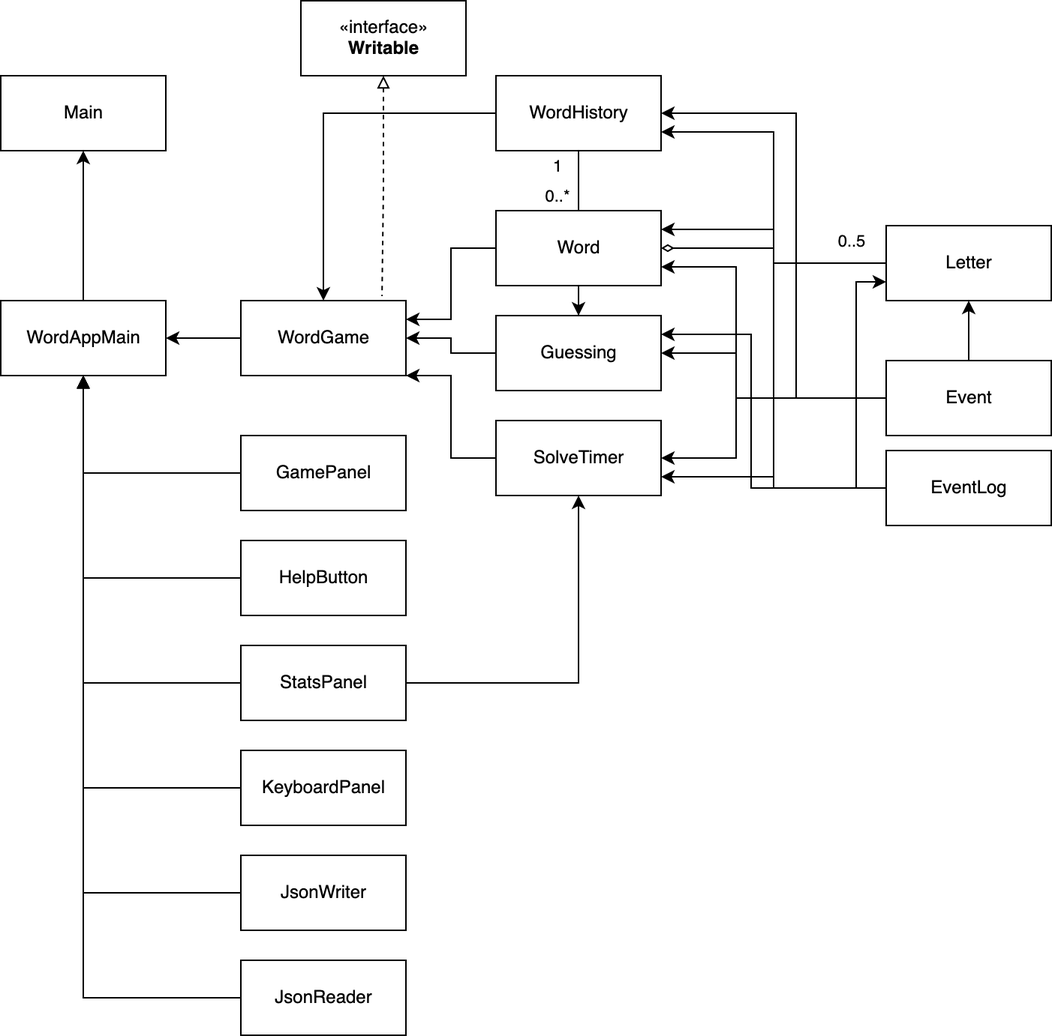
Before: UML_Design_Diagram.png, a diagram exported from draw.io (voctory/speed-wordle). Source tidied: cells renumbered, new cells last; positions are measured from the earlier drawing's top-left corner, leaving out a move shared by most shapes.
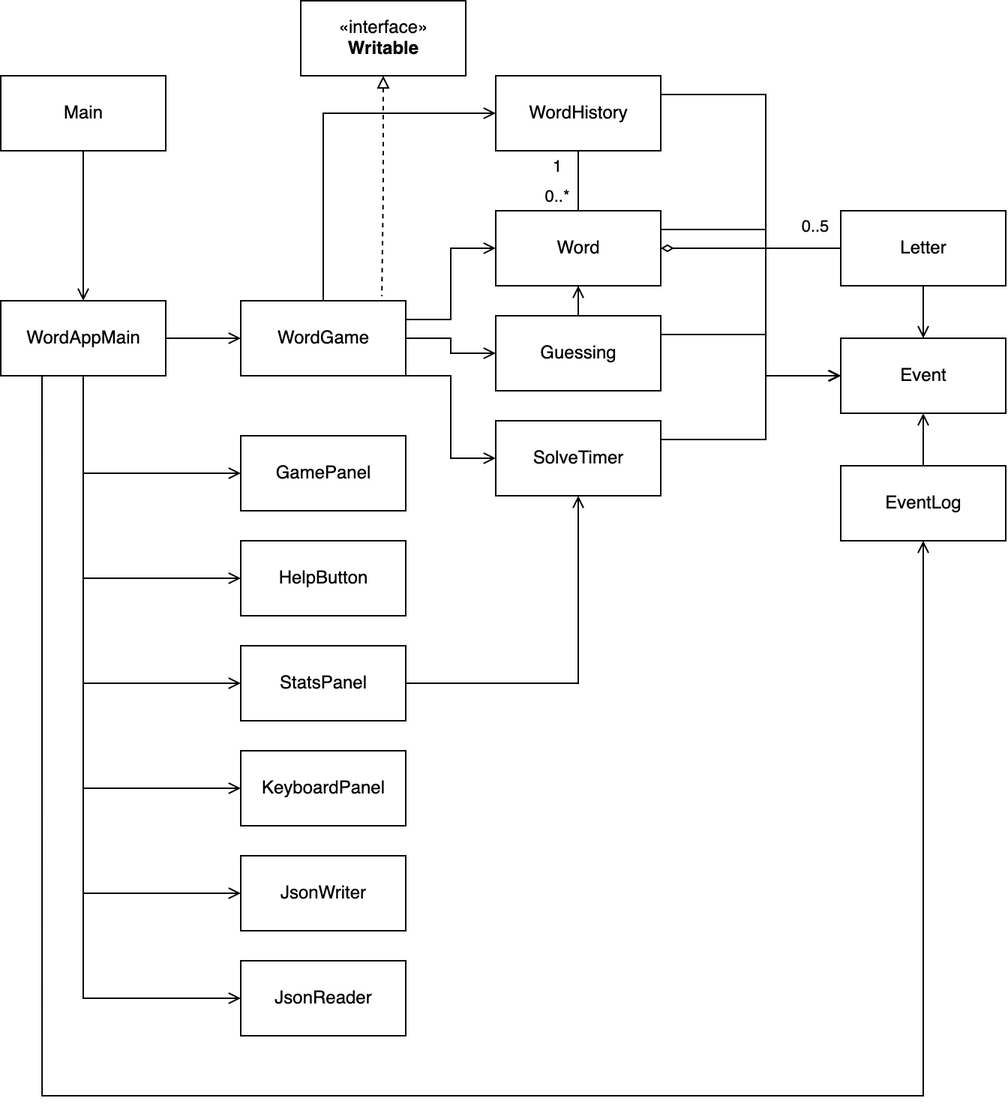
The same diagram one commit later.

Commit message:
Phase 4: Task 3 (update UML diagram)

The edit, as a diff of the source:
```diff
@@ -2,79 +2,71 @@
   <root>
     <mxCell id="0" />
     <mxCell id="1" parent="0" />
+    <mxCell id="3" style="edgeStyle=orthogonalEdgeStyle;rounded=0;jettySize=auto;html=1;entryX=0.5;entryY=1;entryDx=0;entryDy=0;startArrow=open;startFill=0;endArrow=none;endFill=0;" parent="1" edge="1" source="7" target="18">
+      <mxGeometry relative="1" as="geometry" />
+    </mxCell>
+    <mxCell id="49" style="edgeStyle=orthogonalEdgeStyle;rounded=0;jettySize=auto;html=1;entryX=0.5;entryY=0;entryDx=0;entryDy=0;startArrow=open;startFill=0;endArrow=none;endFill=0;" parent="1" edge="1" source="7" target="13">
+      <mxGeometry relative="1" as="geometry" />
+    </mxCell>
+    <mxCell id="6" style="edgeStyle=orthogonalEdgeStyle;rounded=0;jettySize=auto;html=1;entryX=1;entryY=0.25;entryDx=0;entryDy=0;startArrow=open;startFill=0;endArrow=none;endFill=0;" parent="1" edge="1" source="7" target="20">
+      <mxGeometry relative="1" as="geometry">
+        <Array as="points">
+          <mxPoint x="510" y="250" />
+          <mxPoint x="510" y="293" />
+        </Array>
+      </mxGeometry>
+    </mxCell>
+    <mxCell id="5" style="edgeStyle=orthogonalEdgeStyle;rounded=0;jettySize=auto;html=1;entryX=1;entryY=0.25;entryDx=0;entryDy=0;startArrow=open;startFill=0;endArrow=none;endFill=0;" parent="1" edge="1" source="7" target="15">
+      <mxGeometry relative="1" as="geometry">
+        <Array as="points">
+          <mxPoint x="510" y="250" />
+          <mxPoint x="510" y="223" />
+        </Array>
+      </mxGeometry>
+    </mxCell>
+    <mxCell id="4" style="edgeStyle=orthogonalEdgeStyle;rounded=0;jettySize=auto;html=1;entryX=1;entryY=0.25;entryDx=0;entryDy=0;startArrow=open;startFill=0;endArrow=none;endFill=0;" parent="1" edge="1" source="7" target="26">
+      <mxGeometry relative="1" as="geometry">
+        <Array as="points">
+          <mxPoint x="510" y="250" />
+          <mxPoint x="510" y="153" />
+        </Array>
+      </mxGeometry>
+    </mxCell>
-    <mxCell id="2" style="edgeStyle=orthogonalEdgeStyle;rounded=0;jettySize=auto;html=1;entryX=1;entryY=0.5;entryDx=0;entryDy=0;startArrow=none;startFill=0;endArrow=classic;endFill=1;" parent="1" edge="1" source="7" target="30">
+    <mxCell id="2" style="edgeStyle=orthogonalEdgeStyle;rounded=0;jettySize=auto;html=1;entryX=1;entryY=0.25;entryDx=0;entryDy=0;startArrow=open;startFill=0;endArrow=none;endFill=0;" parent="1" edge="1" source="7" target="30">
       <mxGeometry relative="1" as="geometry">
         <Array as="points">
-          <mxPoint x="530" y="75" />
+          <mxPoint x="510" y="250" />
+          <mxPoint x="510" y="63" />
         </Array>
       </mxGeometry>
     </mxCell>
-    <mxCell id="3" style="edgeStyle=orthogonalEdgeStyle;rounded=0;jettySize=auto;html=1;entryX=0.5;entryY=1;entryDx=0;entryDy=0;startArrow=none;startFill=0;endArrow=classic;endFill=1;" parent="1" edge="1" source="7" target="18">
-      <mxGeometry relative="1" as="geometry" />
-    </mxCell>
-    <mxCell id="4" style="edgeStyle=orthogonalEdgeStyle;rounded=0;jettySize=auto;html=1;entryX=1;entryY=0.75;entryDx=0;entryDy=0;startArrow=none;startFill=0;endArrow=classic;endFill=1;" parent="1" edge="1" source="7" target="26">
-      <mxGeometry relative="1" as="geometry">
-        <Array as="points">
-          <mxPoint x="490" y="265" />
-          <mxPoint x="490" y="178" />
-        </Array>
-      </mxGeometry>
-    </mxCell>
-    <mxCell id="5" style="edgeStyle=orthogonalEdgeStyle;rounded=0;jettySize=auto;html=1;entryX=1;entryY=0.5;entryDx=0;entryDy=0;startArrow=none;startFill=0;endArrow=classic;endFill=1;" parent="1" edge="1" source="7" target="15">
-      <mxGeometry relative="1" as="geometry">
-        <Array as="points">
-          <mxPoint x="490" y="265" />
-          <mxPoint x="490" y="235" />
-        </Array>
-      </mxGeometry>
-    </mxCell>
-    <mxCell id="6" style="edgeStyle=orthogonalEdgeStyle;rounded=0;jettySize=auto;html=1;entryX=1;entryY=0.5;entryDx=0;entryDy=0;startArrow=none;startFill=0;endArrow=classic;endFill=1;" parent="1" edge="1" source="7" target="20">
-      <mxGeometry relative="1" as="geometry">
-        <Array as="points">
-          <mxPoint x="490" y="265" />
-          <mxPoint x="490" y="305" />
-        </Array>
-      </mxGeometry>
-    </mxCell>
     <mxCell id="7" value="Event" style="html=1;" parent="1" vertex="1">
-      <mxGeometry x="590" y="240" width="110" height="50" as="geometry" />
+      <mxGeometry x="560" y="225" width="110" height="50" as="geometry" />
     </mxCell>
-    <mxCell id="8" style="edgeStyle=orthogonalEdgeStyle;rounded=0;jettySize=auto;html=1;entryX=0;entryY=0.75;entryDx=0;entryDy=0;startArrow=none;startFill=0;endArrow=classic;endFill=1;" parent="1" edge="1" source="13" target="18">
-      <mxGeometry relative="1" as="geometry">
-        <Array as="points">
-          <mxPoint x="570" y="325" />
-          <mxPoint x="570" y="188" />
-        </Array>
-      </mxGeometry>
-    </mxCell>
-    <mxCell id="9" style="edgeStyle=orthogonalEdgeStyle;rounded=0;jettySize=auto;html=1;entryX=1;entryY=0.75;entryDx=0;entryDy=0;startArrow=none;startFill=0;endArrow=classic;endFill=1;" parent="1" edge="1" source="13" target="20">
-      <mxGeometry relative="1" as="geometry" />
-    </mxCell>
-    <mxCell id="10" style="edgeStyle=orthogonalEdgeStyle;rounded=0;jettySize=auto;html=1;entryX=1;entryY=0.25;entryDx=0;entryDy=0;startArrow=none;startFill=0;endArrow=classic;endFill=1;" parent="1" edge="1" source="13" target="15">
-      <mxGeometry relative="1" as="geometry">
-        <Array as="points">
-          <mxPoint x="500" y="325" />
-          <mxPoint x="500" y="223" />
-        </Array>
-      </mxGeometry>
-    </mxCell>
-    <mxCell id="11" style="edgeStyle=orthogonalEdgeStyle;rounded=0;jettySize=auto;html=1;entryX=1;entryY=0.25;entryDx=0;entryDy=0;startArrow=none;startFill=0;endArrow=classic;endFill=1;" parent="1" edge="1" source="13" target="26">
-      <mxGeometry relative="1" as="geometry" />
-    </mxCell>
-    <mxCell id="12" style="edgeStyle=orthogonalEdgeStyle;rounded=0;jettySize=auto;html=1;entryX=1;entryY=0.75;entryDx=0;entryDy=0;startArrow=none;startFill=0;endArrow=classic;endFill=1;" parent="1" edge="1" source="13" target="30">
-      <mxGeometry relative="1" as="geometry" />
-    </mxCell>
+    <mxCell id="50" style="edgeStyle=orthogonalEdgeStyle;rounded=0;jettySize=auto;html=1;entryX=0.25;entryY=1;entryDx=0;entryDy=0;startArrow=open;startFill=0;endArrow=none;endFill=0;" parent="1" edge="1" source="13" target="46">
+      <mxGeometry relative="1" as="geometry">
+        <Array as="points">
+          <mxPoint x="615" y="730" />
+          <mxPoint x="28" y="730" />
+        </Array>
+      </mxGeometry>
+    </mxCell>
     <mxCell id="13" value="EventLog" style="html=1;" parent="1" vertex="1">
-      <mxGeometry x="590" y="300" width="110" height="50" as="geometry" />
+      <mxGeometry x="560" y="310" width="110" height="50" as="geometry" />
     </mxCell>
-    <mxCell id="14" style="edgeStyle=orthogonalEdgeStyle;rounded=0;jettySize=auto;html=1;entryX=1;entryY=0.5;entryDx=0;entryDy=0;startArrow=none;startFill=0;endArrow=classic;endFill=1;" parent="1" edge="1" source="15" target="28">
+    <mxCell id="14" style="edgeStyle=orthogonalEdgeStyle;rounded=0;jettySize=auto;html=1;entryX=1;entryY=0.5;entryDx=0;entryDy=0;startArrow=open;startFill=0;endArrow=none;endFill=0;" parent="1" edge="1" source="15" target="28">
       <mxGeometry relative="1" as="geometry" />
     </mxCell>
     <mxCell id="15" value="Guessing" style="html=1;" parent="1" vertex="1">
       <mxGeometry x="330" y="210" width="110" height="50" as="geometry" />
     </mxCell>
     <mxCell id="16" style="edgeStyle=orthogonalEdgeStyle;rounded=0;jettySize=auto;html=1;entryX=1;entryY=0.5;entryDx=0;entryDy=0;endArrow=diamondThin;endFill=0;" parent="1" edge="1" source="18" target="26">
-      <mxGeometry relative="1" as="geometry" />
+      <mxGeometry relative="1" as="geometry">
+        <Array as="points">
+          <mxPoint x="550" y="165" />
+          <mxPoint x="550" y="165" />
+        </Array>
+      </mxGeometry>
     </mxCell>
     <mxCell id="17" value="0..5" style="edgeLabel;html=1;align=center;verticalAlign=middle;" parent="16" vertex="1">
       <mxGeometry x="-0.7" relative="1" as="geometry">
@@ -82,9 +74,9 @@
       </mxGeometry>
     </mxCell>
     <mxCell id="18" value="Letter" style="html=1;" parent="1" vertex="1">
-      <mxGeometry x="590" y="150" width="110" height="50" as="geometry" />
+      <mxGeometry x="560" y="140" width="110" height="50" as="geometry" />
     </mxCell>
-    <mxCell id="19" style="edgeStyle=orthogonalEdgeStyle;rounded=0;jettySize=auto;html=1;startArrow=none;startFill=0;endArrow=classic;endFill=1;entryX=1;entryY=1;entryDx=0;entryDy=0;" parent="1" edge="1" source="20" target="28">
+    <mxCell id="19" style="edgeStyle=orthogonalEdgeStyle;rounded=0;jettySize=auto;html=1;startArrow=open;startFill=0;endArrow=none;endFill=0;entryX=1;entryY=1;entryDx=0;entryDy=0;" parent="1" edge="1" source="20" target="28">
       <mxGeometry relative="1" as="geometry">
         <Array as="points">
           <mxPoint x="300" y="305" />
@@ -95,7 +87,7 @@
     <mxCell id="20" value="SolveTimer" style="html=1;" parent="1" vertex="1">
       <mxGeometry x="330" y="280" width="110" height="50" as="geometry" />
     </mxCell>
-    <mxCell id="21" style="edgeStyle=orthogonalEdgeStyle;rounded=0;jettySize=auto;html=1;entryX=1;entryY=0.25;entryDx=0;entryDy=0;endArrow=classic;endFill=1;" parent="1" edge="1" source="26" target="28">
+    <mxCell id="21" style="edgeStyle=orthogonalEdgeStyle;rounded=0;jettySize=auto;html=1;entryX=1;entryY=0.25;entryDx=0;entryDy=0;endArrow=none;endFill=0;startArrow=open;startFill=0;" parent="1" edge="1" source="26" target="28">
       <mxGeometry relative="1" as="geometry" />
     </mxCell>
     <mxCell id="22" style="edgeStyle=orthogonalEdgeStyle;rounded=0;jettySize=auto;html=1;entryX=0.5;entryY=1;entryDx=0;entryDy=0;endArrow=none;endFill=0;" parent="1" edge="1" source="26" target="30">
@@ -111,49 +103,49 @@
         <mxPoint x="-16" y="-21" as="offset" />
       </mxGeometry>
     </mxCell>
-    <mxCell id="25" style="edgeStyle=orthogonalEdgeStyle;rounded=0;jettySize=auto;html=1;entryX=0.5;entryY=0;entryDx=0;entryDy=0;startArrow=none;startFill=0;endArrow=classic;endFill=1;" parent="1" edge="1" source="26" target="15">
+    <mxCell id="25" style="edgeStyle=orthogonalEdgeStyle;rounded=0;jettySize=auto;html=1;entryX=0.5;entryY=0;entryDx=0;entryDy=0;startArrow=open;startFill=0;endArrow=none;endFill=0;" parent="1" edge="1" source="26" target="15">
       <mxGeometry relative="1" as="geometry" />
     </mxCell>
     <mxCell id="26" value="Word" style="html=1;" parent="1" vertex="1">
       <mxGeometry x="330" y="140" width="110" height="50" as="geometry" />
     </mxCell>
-    <mxCell id="27" style="edgeStyle=orthogonalEdgeStyle;rounded=0;jettySize=auto;html=1;entryX=1;entryY=0.5;entryDx=0;entryDy=0;" parent="1" edge="1" source="28" target="46">
+    <mxCell id="27" style="edgeStyle=orthogonalEdgeStyle;rounded=0;jettySize=auto;html=1;entryX=1;entryY=0.5;entryDx=0;entryDy=0;startArrow=open;startFill=0;endArrow=none;endFill=0;" parent="1" edge="1" source="28" target="46">
       <mxGeometry relative="1" as="geometry" />
     </mxCell>
     <mxCell id="28" value="WordGame" style="html=1;" parent="1" vertex="1">
       <mxGeometry x="160" y="200" width="110" height="50" as="geometry" />
     </mxCell>
-    <mxCell id="29" style="edgeStyle=orthogonalEdgeStyle;rounded=0;jettySize=auto;html=1;entryX=0.5;entryY=0;entryDx=0;entryDy=0;endArrow=classic;endFill=1;" parent="1" edge="1" source="30" target="28">
+    <mxCell id="29" style="edgeStyle=orthogonalEdgeStyle;rounded=0;jettySize=auto;html=1;entryX=0.5;entryY=0;entryDx=0;entryDy=0;endArrow=none;endFill=0;startArrow=open;startFill=0;" parent="1" edge="1" source="30" target="28">
       <mxGeometry relative="1" as="geometry" />
     </mxCell>
     <mxCell id="30" value="WordHistory" style="html=1;" parent="1" vertex="1">
       <mxGeometry x="330" y="50" width="110" height="50" as="geometry" />
     </mxCell>
-    <mxCell id="31" style="edgeStyle=orthogonalEdgeStyle;rounded=0;jettySize=auto;html=1;startArrow=none;startFill=0;endArrow=block;endFill=1;" parent="1" edge="1" source="32" target="46">
+    <mxCell id="31" style="edgeStyle=orthogonalEdgeStyle;rounded=0;jettySize=auto;html=1;startArrow=open;startFill=0;endArrow=none;endFill=0;" parent="1" edge="1" source="32" target="46">
       <mxGeometry relative="1" as="geometry" />
     </mxCell>
     <mxCell id="32" value="JsonReader" style="html=1;" parent="1" vertex="1">
       <mxGeometry x="160" y="640" width="110" height="50" as="geometry" />
     </mxCell>
-    <mxCell id="33" style="edgeStyle=orthogonalEdgeStyle;rounded=0;jettySize=auto;html=1;entryX=0.5;entryY=1;entryDx=0;entryDy=0;startArrow=none;startFill=0;endArrow=block;endFill=1;" parent="1" edge="1" source="34" target="46">
+    <mxCell id="33" style="edgeStyle=orthogonalEdgeStyle;rounded=0;jettySize=auto;html=1;entryX=0.5;entryY=1;entryDx=0;entryDy=0;startArrow=open;startFill=0;endArrow=none;endFill=0;" parent="1" edge="1" source="34" target="46">
       <mxGeometry relative="1" as="geometry" />
     </mxCell>
     <mxCell id="34" value="JsonWriter" style="html=1;" parent="1" vertex="1">
       <mxGeometry x="160" y="570" width="110" height="50" as="geometry" />
     </mxCell>
-    <mxCell id="35" style="edgeStyle=orthogonalEdgeStyle;rounded=0;jettySize=auto;html=1;entryX=0.5;entryY=1;entryDx=0;entryDy=0;startArrow=none;startFill=0;endArrow=block;endFill=1;" parent="1" edge="1" source="36" target="46">
+    <mxCell id="35" style="edgeStyle=orthogonalEdgeStyle;rounded=0;jettySize=auto;html=1;entryX=0.5;entryY=1;entryDx=0;entryDy=0;startArrow=open;startFill=0;endArrow=none;endFill=0;" parent="1" edge="1" source="36" target="46">
       <mxGeometry relative="1" as="geometry" />
     </mxCell>
     <mxCell id="36" value="GamePanel" style="html=1;" parent="1" vertex="1">
       <mxGeometry x="160" y="290" width="110" height="50" as="geometry" />
     </mxCell>
-    <mxCell id="37" style="edgeStyle=orthogonalEdgeStyle;rounded=0;jettySize=auto;html=1;entryX=0.5;entryY=1;entryDx=0;entryDy=0;startArrow=none;startFill=0;endArrow=block;endFill=1;" parent="1" edge="1" source="38" target="46">
+    <mxCell id="37" style="edgeStyle=orthogonalEdgeStyle;rounded=0;jettySize=auto;html=1;entryX=0.5;entryY=1;entryDx=0;entryDy=0;startArrow=open;startFill=0;endArrow=none;endFill=0;" parent="1" edge="1" source="38" target="46">
       <mxGeometry relative="1" as="geometry" />
     </mxCell>
     <mxCell id="38" value="HelpButton" style="html=1;" parent="1" vertex="1">
       <mxGeometry x="160" y="360" width="110" height="50" as="geometry" />
     </mxCell>
-    <mxCell id="39" style="edgeStyle=orthogonalEdgeStyle;rounded=0;jettySize=auto;html=1;entryX=0.5;entryY=1;entryDx=0;entryDy=0;startArrow=none;startFill=0;endArrow=block;endFill=1;" parent="1" edge="1" source="40" target="46">
+    <mxCell id="39" style="edgeStyle=orthogonalEdgeStyle;rounded=0;jettySize=auto;html=1;entryX=0.5;entryY=1;entryDx=0;entryDy=0;startArrow=open;startFill=0;endArrow=none;endFill=0;" parent="1" edge="1" source="40" target="46">
       <mxGeometry relative="1" as="geometry" />
     </mxCell>
     <mxCell id="40" value="KeyboardPanel" style="html=1;" parent="1" vertex="1">
@@ -162,16 +154,16 @@
     <mxCell id="41" value="Main" style="html=1;" parent="1" vertex="1">
       <mxGeometry y="50" width="110" height="50" as="geometry" />
     </mxCell>
-    <mxCell id="42" style="edgeStyle=orthogonalEdgeStyle;rounded=0;jettySize=auto;html=1;entryX=0.5;entryY=1;entryDx=0;entryDy=0;endArrow=classic;endFill=1;" parent="1" edge="1" source="44" target="20">
+    <mxCell id="42" style="edgeStyle=orthogonalEdgeStyle;rounded=0;jettySize=auto;html=1;entryX=0.5;entryY=1;entryDx=0;entryDy=0;endArrow=open;endFill=0;" parent="1" edge="1" source="44" target="20">
       <mxGeometry relative="1" as="geometry" />
     </mxCell>
-    <mxCell id="43" style="edgeStyle=orthogonalEdgeStyle;rounded=0;jettySize=auto;html=1;entryX=0.5;entryY=1;entryDx=0;entryDy=0;startArrow=none;startFill=0;endArrow=block;endFill=1;" parent="1" edge="1" source="44" target="46">
+    <mxCell id="43" style="edgeStyle=orthogonalEdgeStyle;rounded=0;jettySize=auto;html=1;entryX=0.5;entryY=1;entryDx=0;entryDy=0;startArrow=open;startFill=0;endArrow=none;endFill=0;" parent="1" edge="1" source="44" target="46">
       <mxGeometry relative="1" as="geometry" />
     </mxCell>
     <mxCell id="44" value="StatsPanel" style="html=1;" parent="1" vertex="1">
       <mxGeometry x="160" y="430" width="110" height="50" as="geometry" />
     </mxCell>
-    <mxCell id="45" style="edgeStyle=orthogonalEdgeStyle;rounded=0;jettySize=auto;html=1;entryX=0.5;entryY=1;entryDx=0;entryDy=0;" parent="1" edge="1" source="46" target="41">
+    <mxCell id="45" style="edgeStyle=orthogonalEdgeStyle;rounded=0;jettySize=auto;html=1;entryX=0.5;entryY=1;entryDx=0;entryDy=0;endArrow=none;endFill=0;startArrow=open;startFill=0;" parent="1" edge="1" source="46" target="41">
       <mxGeometry relative="1" as="geometry" />
     </mxCell>
     <mxCell id="46" value="WordAppMain" style="html=1;" parent="1" vertex="1">
```
